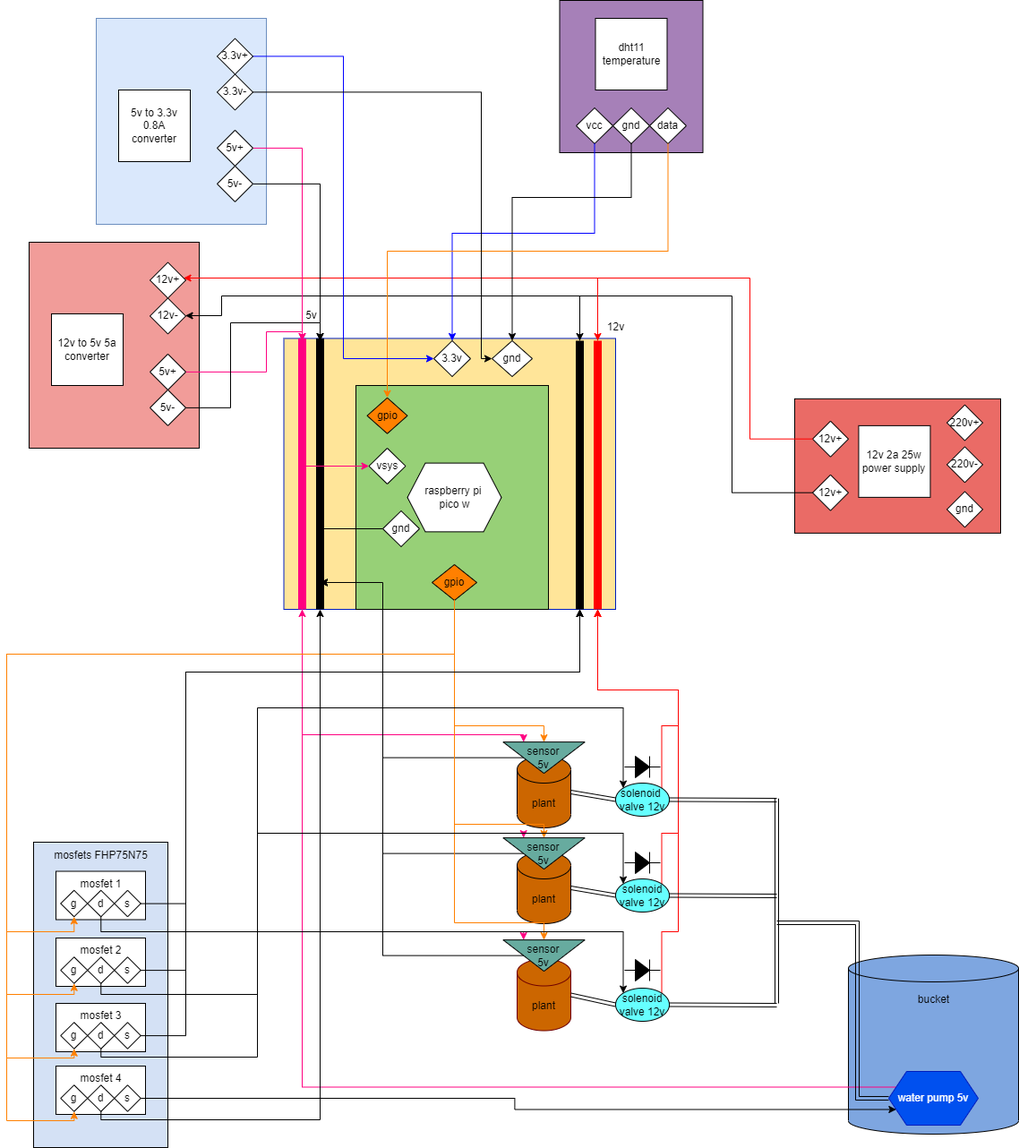
Above: doc/pico-w.drawio.png in floryn08/rpi-pico-watering-system (draw.io), before the change. Source tidied: cells renumbered, new cells last; positions are measured from the earlier drawing's top-left corner, leaving out a move shared by most shapes.
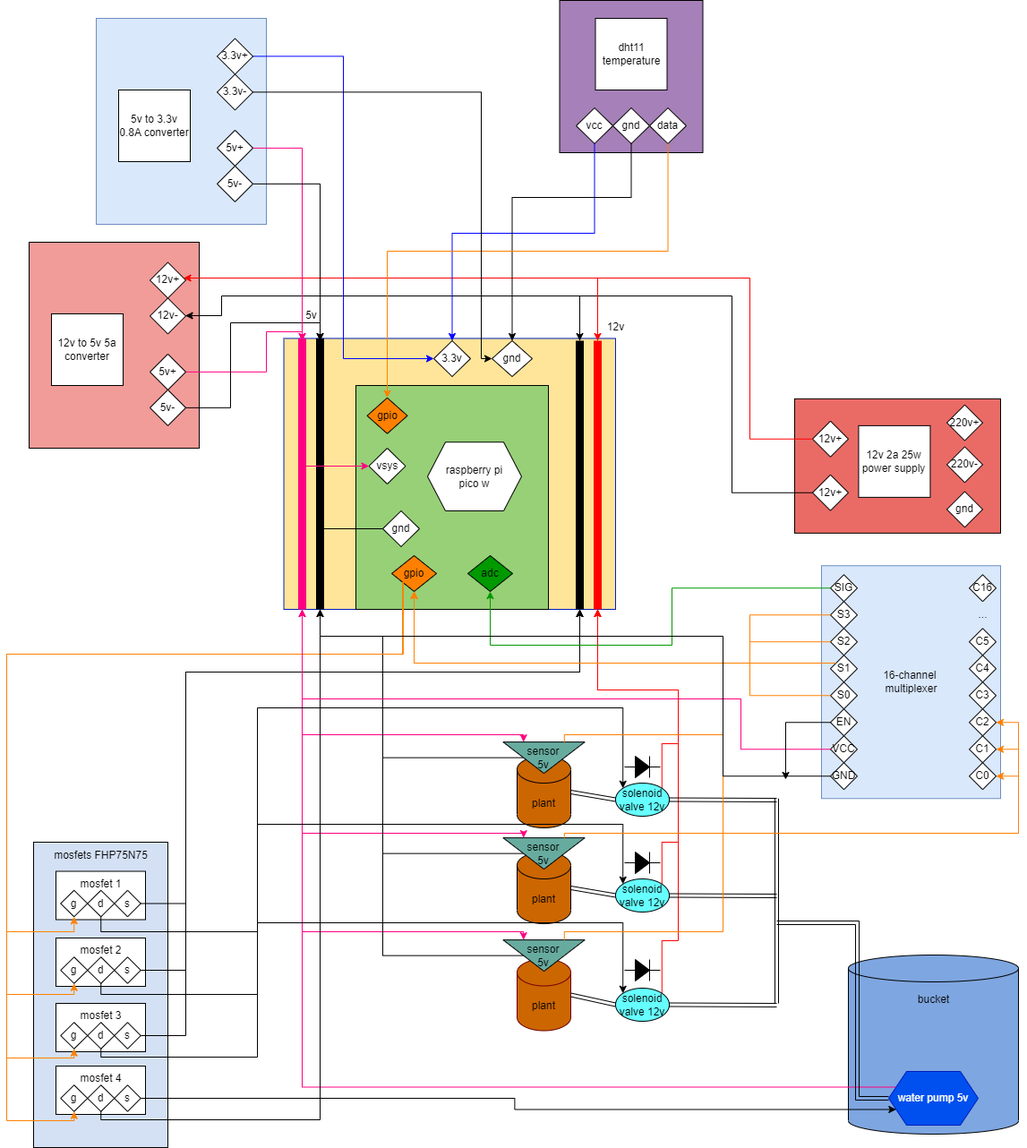
After the change.

Change to the diagram source:
```diff
@@ -23,8 +23,8 @@
       <mxGeometry relative="1" as="geometry">
         <mxPoint x="660" y="680" as="targetPoint" />
         <Array as="points">
-          <mxPoint x="732" y="810" />
-          <mxPoint x="750" y="810" />
+          <mxPoint x="732" y="830" />
+          <mxPoint x="750" y="830" />
           <mxPoint x="750" y="770" />
           <mxPoint x="660" y="770" />
         </Array>
@@ -50,7 +50,8 @@
         <mxPoint x="350" y="650" as="targetPoint" />
         <Array as="points">
           <mxPoint x="420" y="846" />
-          <mxPoint x="420" y="650" />
+          <mxPoint x="420" y="710" />
+          <mxPoint x="350" y="710" />
         </Array>
       </mxGeometry>
     </mxCell>
@@ -74,7 +75,8 @@
         <mxPoint x="350" y="650" as="targetPoint" />
         <Array as="points">
           <mxPoint x="420" y="953" />
-          <mxPoint x="420" y="650" />
+          <mxPoint x="420" y="710" />
+          <mxPoint x="350" y="710" />
         </Array>
       </mxGeometry>
     </mxCell>
@@ -103,8 +105,8 @@
       <mxGeometry relative="1" as="geometry">
         <mxPoint x="660" y="680" as="targetPoint" />
         <Array as="points">
-          <mxPoint x="732" y="930" />
-          <mxPoint x="750" y="930" />
+          <mxPoint x="732" y="940" />
+          <mxPoint x="750" y="940" />
           <mxPoint x="750" y="770" />
           <mxPoint x="660" y="770" />
         </Array>
@@ -117,8 +119,8 @@
       <mxGeometry relative="1" as="geometry">
         <mxPoint x="660" y="680" as="targetPoint" />
         <Array as="points">
-          <mxPoint x="732" y="1040" />
-          <mxPoint x="750" y="1040" />
+          <mxPoint x="732" y="1050" />
+          <mxPoint x="750" y="1050" />
           <mxPoint x="750" y="770" />
           <mxPoint x="660" y="770" />
         </Array>
@@ -200,10 +202,10 @@
       <mxGeometry x="14.5" y="70" width="41" height="40" as="geometry" />
     </mxCell>
     <mxCell id="42" value="raspberry pi &lt;br&gt;pico w" style="shape=hexagon;perimeter=hexagonPerimeter2;whiteSpace=wrap;html=1;fixedSize=1;fillColor=#FFFFFF;" parent="39" vertex="1">
-      <mxGeometry x="57.5" y="86.6" width="105" height="76.8" as="geometry" />
+      <mxGeometry x="80" y="63.2" width="105" height="76.8" as="geometry" />
     </mxCell>
     <mxCell id="43" value="gpio" style="rhombus;whiteSpace=wrap;html=1;fillColor=#FF8000;" parent="39" vertex="1">
-      <mxGeometry x="85" y="200" width="50" height="40" as="geometry" />
+      <mxGeometry x="40" y="190" width="50" height="40" as="geometry" />
     </mxCell>
     <mxCell id="44" value="gpio" style="rhombus;whiteSpace=wrap;html=1;fillColor=#FF8000;" parent="39" vertex="1">
       <mxGeometry x="12.5" y="13.8" width="45" height="40" as="geometry" />
@@ -211,6 +213,9 @@
     <mxCell id="45" value="gnd" style="rhombus;whiteSpace=wrap;html=1;" parent="39" vertex="1">
       <mxGeometry x="30" y="140" width="41" height="40" as="geometry" />
     </mxCell>
+    <mxCell id="135" value="adc" style="rhombus;whiteSpace=wrap;html=1;fillColor=#009900;" parent="39" vertex="1">
+      <mxGeometry x="125" y="190" width="50" height="40" as="geometry" />
+    </mxCell>
     <mxCell id="46" style="endArrow=none;html=1;rounded=0;strokeColor=#000000;strokeWidth=9;" parent="1" edge="1">
       <mxGeometry relative="1" as="geometry">
         <mxPoint x="350" y="680" as="sourcePoint" />
@@ -352,30 +357,6 @@
         </Array>
       </mxGeometry>
     </mxCell>
-    <mxCell id="76" style="edgeStyle=orthogonalEdgeStyle;rounded=0;jettySize=auto;html=1;entryX=0;entryY=0.5;entryDx=0;entryDy=0;strokeColor=#FF8000;strokeWidth=1;" parent="1" edge="1" source="43" target="19">
-      <mxGeometry relative="1" as="geometry">
-        <Array as="points">
-          <mxPoint x="500" y="1030" />
-          <mxPoint x="600" y="1030" />
-        </Array>
-      </mxGeometry>
-    </mxCell>
-    <mxCell id="77" style="edgeStyle=orthogonalEdgeStyle;rounded=0;jettySize=auto;html=1;entryX=0;entryY=0.5;entryDx=0;entryDy=0;strokeColor=#FF8000;strokeWidth=1;" parent="1" edge="1" source="43" target="16">
-      <mxGeometry relative="1" as="geometry">
-        <Array as="points">
-          <mxPoint x="500" y="920" />
-          <mxPoint x="600" y="920" />
-        </Array>
-      </mxGeometry>
-    </mxCell>
-    <mxCell id="78" style="edgeStyle=orthogonalEdgeStyle;rounded=0;jettySize=auto;html=1;entryX=0;entryY=0.5;entryDx=0;entryDy=0;strokeColor=#FF8000;strokeWidth=1;" parent="1" edge="1" source="43" target="12">
-      <mxGeometry relative="1" as="geometry">
-        <Array as="points">
-          <mxPoint x="500" y="810" />
-          <mxPoint x="600" y="810" />
-        </Array>
-      </mxGeometry>
-    </mxCell>
     <mxCell id="79" style="edgeStyle=orthogonalEdgeStyle;rounded=0;jettySize=auto;html=1;entryX=0.5;entryY=0;entryDx=0;entryDy=0;strokeColor=#0000FF;strokeWidth=1;" parent="1" edge="1" source="59" target="96">
       <mxGeometry relative="1" as="geometry">
         <Array as="points">
@@ -453,7 +434,8 @@
         <mxPoint x="350" y="650" as="targetPoint" />
         <Array as="points">
           <mxPoint x="420" y="1067" />
-          <mxPoint x="420" y="650" />
+          <mxPoint x="420" y="710" />
+          <mxPoint x="350" y="710" />
         </Array>
       </mxGeometry>
     </mxCell>
@@ -540,40 +522,40 @@
     <mxCell id="122" value="mosfet 3" style="text;html=1;align=center;verticalAlign=middle;strokeColor=none;fillColor=none;" parent="117" vertex="1">
       <mxGeometry x="20" y="4" width="60" height="20" as="geometry" />
     </mxCell>
-    <mxCell id="123" style="edgeStyle=orthogonalEdgeStyle;html=1;entryX=0.5;entryY=1;entryDx=0;entryDy=0;rounded=0;strokeColor=#FF8000;" parent="1" edge="1" source="43" target="101">
+    <mxCell id="123" style="edgeStyle=orthogonalEdgeStyle;html=1;entryX=0.5;entryY=1;entryDx=0;entryDy=0;rounded=0;strokeColor=#FF8000;exitX=0;exitY=1;exitDx=0;exitDy=0;" parent="1" edge="1" source="43" target="101">
       <mxGeometry relative="1" as="geometry">
         <Array as="points">
-          <mxPoint x="500" y="730" />
+          <mxPoint x="443" y="730" />
           <mxPoint y="730" />
           <mxPoint y="1040" />
           <mxPoint x="75" y="1040" />
         </Array>
       </mxGeometry>
     </mxCell>
-    <mxCell id="124" style="edgeStyle=orthogonalEdgeStyle;rounded=0;html=1;entryX=0.5;entryY=1;entryDx=0;entryDy=0;strokeColor=#FF8000;" parent="1" edge="1" source="43" target="107">
+    <mxCell id="124" style="edgeStyle=orthogonalEdgeStyle;rounded=0;html=1;entryX=0.5;entryY=1;entryDx=0;entryDy=0;strokeColor=#FF8000;exitX=0;exitY=1;exitDx=0;exitDy=0;" parent="1" edge="1" source="43" target="107">
       <mxGeometry relative="1" as="geometry">
         <Array as="points">
-          <mxPoint x="500" y="730" />
+          <mxPoint x="443" y="730" />
           <mxPoint y="730" />
           <mxPoint y="1110" />
           <mxPoint x="75" y="1110" />
         </Array>
       </mxGeometry>
     </mxCell>
-    <mxCell id="125" style="edgeStyle=orthogonalEdgeStyle;rounded=0;html=1;entryX=0.5;entryY=1;entryDx=0;entryDy=0;strokeColor=#FF8000;" parent="1" edge="1" source="43" target="119">
+    <mxCell id="125" style="edgeStyle=orthogonalEdgeStyle;rounded=0;html=1;entryX=0.5;entryY=1;entryDx=0;entryDy=0;strokeColor=#FF8000;exitX=0;exitY=1;exitDx=0;exitDy=0;" parent="1" edge="1" source="43" target="119">
       <mxGeometry relative="1" as="geometry">
         <Array as="points">
-          <mxPoint x="500" y="730" />
+          <mxPoint x="443" y="730" />
           <mxPoint y="730" />
           <mxPoint y="1181" />
           <mxPoint x="75" y="1181" />
         </Array>
       </mxGeometry>
     </mxCell>
-    <mxCell id="126" style="edgeStyle=orthogonalEdgeStyle;rounded=0;html=1;entryX=0.5;entryY=1;entryDx=0;entryDy=0;strokeColor=#FF8000;" parent="1" edge="1" source="43" target="113">
+    <mxCell id="126" style="edgeStyle=orthogonalEdgeStyle;rounded=0;html=1;entryX=0.5;entryY=1;entryDx=0;entryDy=0;strokeColor=#FF8000;exitX=0;exitY=1;exitDx=0;exitDy=0;" parent="1" edge="1" source="43" target="113">
       <mxGeometry relative="1" as="geometry">
         <Array as="points">
-          <mxPoint x="500" y="730" />
+          <mxPoint x="443" y="730" />
           <mxPoint y="730" />
           <mxPoint y="1251" />
           <mxPoint x="75" y="1251" />
@@ -634,8 +616,8 @@
         <Array as="points">
           <mxPoint x="105" y="1110" />
           <mxPoint x="280" y="1110" />
-          <mxPoint x="280" y="930" />
-          <mxPoint x="689" y="930" />
+          <mxPoint x="280" y="920" />
+          <mxPoint x="688" y="920" />
         </Array>
       </mxGeometry>
     </mxCell>
@@ -644,13 +626,169 @@
         <Array as="points">
           <mxPoint x="105" y="1180" />
           <mxPoint x="280" y="1180" />
-          <mxPoint x="280" y="1040" />
-          <mxPoint x="689" y="1040" />
+          <mxPoint x="280" y="1030" />
+          <mxPoint x="688" y="1030" />
         </Array>
       </mxGeometry>
     </mxCell>
     <mxCell id="134" style="edgeStyle=orthogonalEdgeStyle;html=1;exitX=1;exitY=0.5;exitDx=0;exitDy=0;entryX=0;entryY=0.75;entryDx=0;entryDy=0;startFill=1;endFill=1;rounded=0;" parent="1" edge="1" source="114" target="6">
       <mxGeometry relative="1" as="geometry" />
     </mxCell>
+    <mxCell id="136" style="group;" parent="1" vertex="1">
+      <mxGeometry x="910" y="631.2" width="200" height="260" as="geometry" />
+    </mxCell>
+    <mxCell id="137" style="whiteSpace=wrap;html=1;fillColor=#dae8fc;strokeColor=#6c8ebf;" parent="136" vertex="1">
+      <mxGeometry width="200" height="260" as="geometry" />
+    </mxCell>
+    <mxCell id="138" value="16-channel&amp;nbsp;&lt;br&gt;multiplexer" style="text;html=1;align=center;verticalAlign=middle;strokeColor=none;fillColor=none;" parent="136" vertex="1">
+      <mxGeometry x="55" y="110" width="90" height="40" as="geometry" />
+    </mxCell>
+    <mxCell id="139" value="SIG" style="rhombus;whiteSpace=wrap;html=1;" parent="136" vertex="1">
+      <mxGeometry x="10" y="10" width="30" height="30" as="geometry" />
+    </mxCell>
+    <mxCell id="140" value="GND" style="rhombus;whiteSpace=wrap;html=1;" parent="136" vertex="1">
+      <mxGeometry x="10" y="220" width="30" height="30" as="geometry" />
+    </mxCell>
+    <mxCell id="141" value="VCC" style="rhombus;whiteSpace=wrap;html=1;" parent="136" vertex="1">
+      <mxGeometry x="10" y="190" width="30" height="30" as="geometry" />
+    </mxCell>
+    <mxCell id="142" value="EN" style="rhombus;whiteSpace=wrap;html=1;" parent="136" vertex="1">
+      <mxGeometry x="10" y="160" width="30" height="30" as="geometry" />
+    </mxCell>
+    <mxCell id="143" value="S0" style="rhombus;whiteSpace=wrap;html=1;" parent="136" vertex="1">
+      <mxGeometry x="10" y="130" width="30" height="30" as="geometry" />
+    </mxCell>
+    <mxCell id="144" value="S3" style="rhombus;whiteSpace=wrap;html=1;" parent="136" vertex="1">
+      <mxGeometry x="10" y="40" width="30" height="30" as="geometry" />
+    </mxCell>
+    <mxCell id="145" value="S2" style="rhombus;whiteSpace=wrap;html=1;" parent="136" vertex="1">
+      <mxGeometry x="10" y="70" width="30" height="30" as="geometry" />
+    </mxCell>
+    <mxCell id="146" value="S1" style="rhombus;whiteSpace=wrap;html=1;" parent="136" vertex="1">
+      <mxGeometry x="10" y="100" width="30" height="30" as="geometry" />
+    </mxCell>
+    <mxCell id="147" value="C16" style="rhombus;whiteSpace=wrap;html=1;" parent="136" vertex="1">
+      <mxGeometry x="165" y="10" width="30" height="30" as="geometry" />
+    </mxCell>
+    <mxCell id="148" value="C0" style="rhombus;whiteSpace=wrap;html=1;" parent="136" vertex="1">
+      <mxGeometry x="165" y="220" width="30" height="30" as="geometry" />
+    </mxCell>
+    <mxCell id="149" value="C1" style="rhombus;whiteSpace=wrap;html=1;" parent="136" vertex="1">
+      <mxGeometry x="165" y="190" width="30" height="30" as="geometry" />
+    </mxCell>
+    <mxCell id="150" value="C2" style="rhombus;whiteSpace=wrap;html=1;" parent="136" vertex="1">
+      <mxGeometry x="165" y="160" width="30" height="30" as="geometry" />
+    </mxCell>
+    <mxCell id="151" value="C3" style="rhombus;whiteSpace=wrap;html=1;" parent="136" vertex="1">
+      <mxGeometry x="165" y="130" width="30" height="30" as="geometry" />
+    </mxCell>
+    <mxCell id="152" value="C4" style="rhombus;whiteSpace=wrap;html=1;" parent="136" vertex="1">
+      <mxGeometry x="165" y="100" width="30" height="30" as="geometry" />
+    </mxCell>
+    <mxCell id="153" value="C5" style="rhombus;whiteSpace=wrap;html=1;" parent="136" vertex="1">
+      <mxGeometry x="165" y="70" width="30" height="30" as="geometry" />
+    </mxCell>
+    <mxCell id="154" value="..." style="text;html=1;align=center;verticalAlign=middle;strokeColor=none;fillColor=none;" parent="136" vertex="1">
+      <mxGeometry x="165" y="40" width="30" height="30" as="geometry" />
+    </mxCell>
+    <mxCell id="155" style="edgeStyle=orthogonalEdgeStyle;html=1;entryX=0.5;entryY=1;entryDx=0;entryDy=0;rounded=0;fillColor=#d5e8d4;strokeColor=#009900;" parent="1" edge="1" source="139" target="135">
+      <mxGeometry relative="1" as="geometry">
+        <Array as="points">
+          <mxPoint x="743" y="656" />
+          <mxPoint x="743" y="720" />
+          <mxPoint x="540" y="720" />
+        </Array>
+      </mxGeometry>
+    </mxCell>
+    <mxCell id="156" style="edgeStyle=orthogonalEdgeStyle;rounded=0;html=1;entryX=0.5;entryY=1;entryDx=0;entryDy=0;strokeColor=#FF8000;" parent="1" edge="1" source="144" target="43">
+      <mxGeometry relative="1" as="geometry">
+        <Array as="points">
+          <mxPoint x="830" y="686" />
+          <mxPoint x="830" y="740" />
+          <mxPoint x="455" y="740" />
+        </Array>
+      </mxGeometry>
+    </mxCell>
+    <mxCell id="157" style="edgeStyle=orthogonalEdgeStyle;rounded=0;html=1;entryX=0.5;entryY=1;entryDx=0;entryDy=0;strokeColor=#FF8000;" parent="1" edge="1" source="145" target="43">
+      <mxGeometry relative="1" as="geometry">
+        <Array as="points">
+          <mxPoint x="830" y="716" />
+          <mxPoint x="830" y="740" />
+          <mxPoint x="455" y="740" />
+        </Array>
+      </mxGeometry>
+    </mxCell>
+    <mxCell id="158" style="edgeStyle=orthogonalEdgeStyle;rounded=0;html=1;entryX=0.5;entryY=1;entryDx=0;entryDy=0;strokeColor=#FF8000;" parent="1" edge="1" source="146" target="43">
+      <mxGeometry relative="1" as="geometry">
+        <Array as="points">
+          <mxPoint x="455" y="740" />
+        </Array>
+      </mxGeometry>
+    </mxCell>
+    <mxCell id="159" style="edgeStyle=orthogonalEdgeStyle;rounded=0;html=1;entryX=0.5;entryY=1;entryDx=0;entryDy=0;fillColor=#ffe6cc;strokeColor=#FF8000;" parent="1" edge="1" source="143" target="43">
+      <mxGeometry relative="1" as="geometry">
+        <Array as="points">
+          <mxPoint x="830" y="776" />
+          <mxPoint x="830" y="740" />
+          <mxPoint x="455" y="740" />
+        </Array>
+      </mxGeometry>
+    </mxCell>
+    <mxCell id="160" style="edgeStyle=orthogonalEdgeStyle;rounded=0;html=1;exitX=0;exitY=0.25;exitDx=0;exitDy=0;entryX=1;entryY=0.5;entryDx=0;entryDy=0;strokeColor=#FF8000;" parent="1" edge="1" source="16" target="149">
+      <mxGeometry relative="1" as="geometry">
+        <Array as="points">
+          <mxPoint x="623" y="930" />
+          <mxPoint x="1130" y="930" />
+          <mxPoint x="1130" y="836" />
+        </Array>
+      </mxGeometry>
+    </mxCell>
+    <mxCell id="161" style="edgeStyle=orthogonalEdgeStyle;rounded=0;html=1;exitX=0;exitY=0.25;exitDx=0;exitDy=0;entryX=1;entryY=0.5;entryDx=0;entryDy=0;strokeColor=#FF8000;" parent="1" edge="1" source="12" target="148">
+      <mxGeometry relative="1" as="geometry">
+        <Array as="points">
+          <mxPoint x="623" y="820" />
+          <mxPoint x="800" y="820" />
+          <mxPoint x="800" y="930" />
+          <mxPoint x="1130" y="930" />
+          <mxPoint x="1130" y="866" />
+        </Array>
+      </mxGeometry>
+    </mxCell>
+    <mxCell id="162" style="edgeStyle=orthogonalEdgeStyle;rounded=0;html=1;exitX=0;exitY=0.25;exitDx=0;exitDy=0;entryX=1;entryY=0.5;entryDx=0;entryDy=0;strokeColor=#FF8000;" parent="1" edge="1" source="19" target="150">
+      <mxGeometry relative="1" as="geometry">
+        <Array as="points">
+          <mxPoint x="623" y="1040" />
+          <mxPoint x="800" y="1040" />
+          <mxPoint x="800" y="930" />
+          <mxPoint x="1130" y="930" />
+          <mxPoint x="1130" y="806" />
+        </Array>
+      </mxGeometry>
+    </mxCell>
+    <mxCell id="163" style="edgeStyle=orthogonalEdgeStyle;rounded=0;html=1;strokeColor=#FF0080;" parent="1" edge="1" source="141">
+      <mxGeometry relative="1" as="geometry">
+        <mxPoint x="330" y="680" as="targetPoint" />
+        <Array as="points">
+          <mxPoint x="820" y="836" />
+          <mxPoint x="820" y="780" />
+          <mxPoint x="330" y="780" />
+        </Array>
+      </mxGeometry>
+    </mxCell>
+    <mxCell id="164" style="edgeStyle=orthogonalEdgeStyle;rounded=0;html=1;strokeColor=#000000;" parent="1" edge="1" source="140">
+      <mxGeometry relative="1" as="geometry">
+        <mxPoint x="350" y="680" as="targetPoint" />
+        <Array as="points">
+          <mxPoint x="800" y="866" />
+          <mxPoint x="800" y="710" />
+          <mxPoint x="350" y="710" />
+        </Array>
+      </mxGeometry>
+    </mxCell>
+    <mxCell id="165" style="edgeStyle=orthogonalEdgeStyle;rounded=0;html=1;strokeColor=#000000;" parent="1" edge="1" source="142">
+      <mxGeometry relative="1" as="geometry">
+        <mxPoint x="870" y="870" as="targetPoint" />
+      </mxGeometry>
+    </mxCell>
   </root>
 </mxGraphModel>
```
